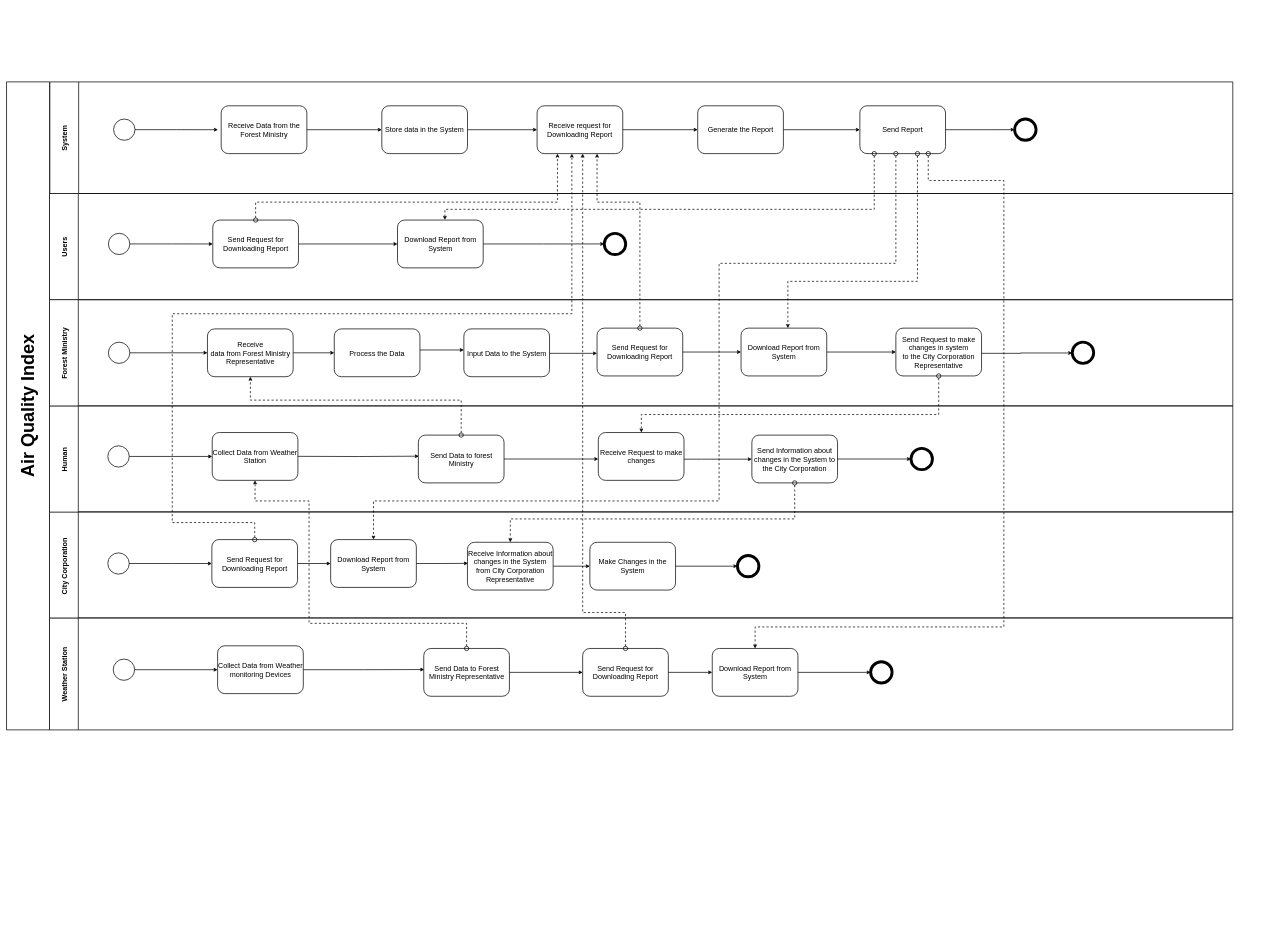
This is BPMN_To-BE.drawio from zorojuro75/CSE303-sec-03-Group-03, a draw.io file, before an edit. Source tidied: cells renumbered, new cells numbered last; positions are measured from the earlier drawing's top-left corner, leaving out a move shared by most shapes. Both pictures are drawn from the tidied source at 36%, with x=0, y=0 at pixel (6, 82).
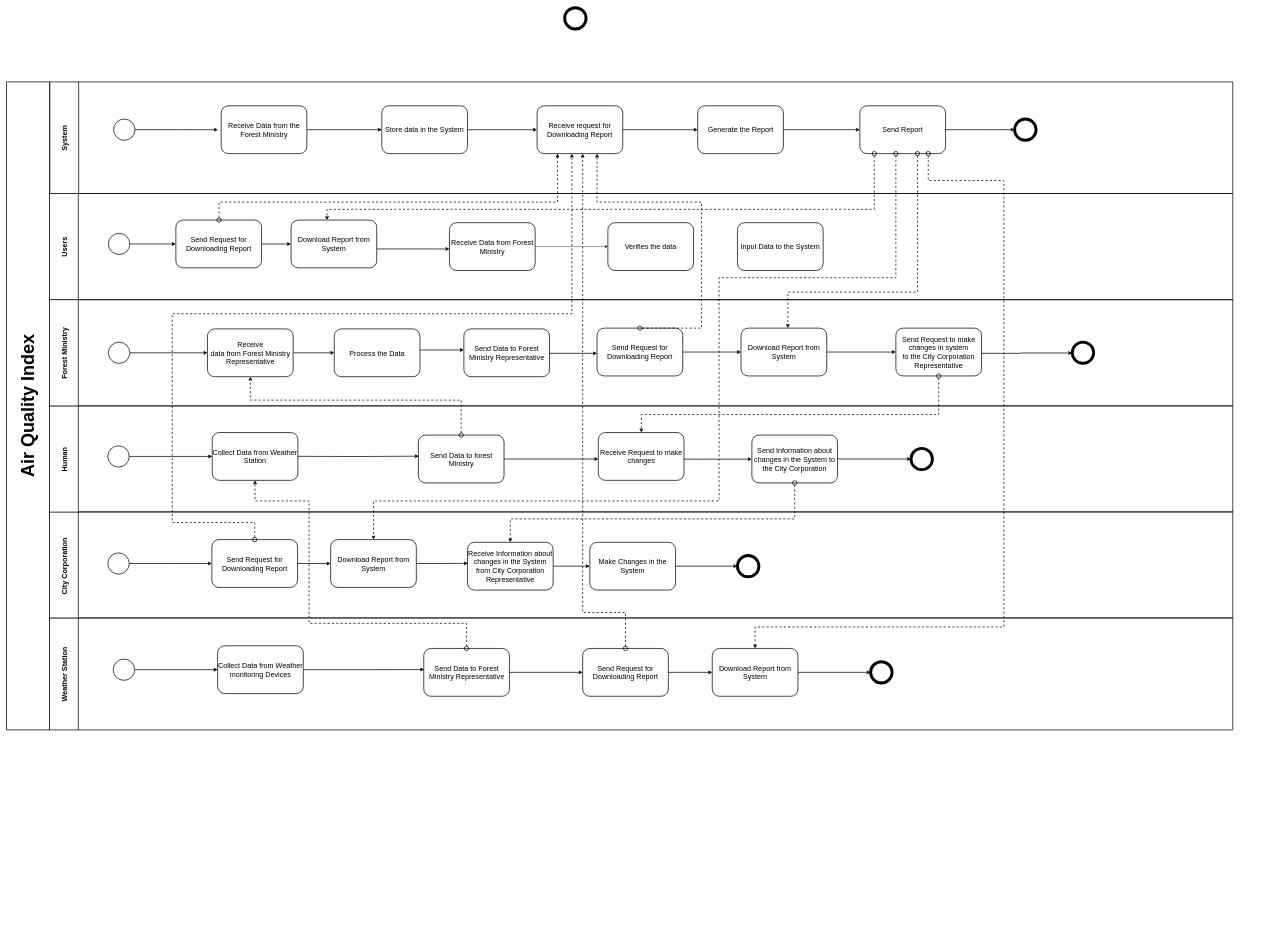
The same diagram, later.

Unchanged cells that the change refers to:
```xml
<mxCell id="2" style="group;horizontal=0;" parent="1" vertex="1">
  <mxGeometry y="10" width="3510" height="2360" as="geometry" />
</mxCell>
<mxCell id="3" value="Users" style="swimlane;horizontal=0;startSize=80;strokeWidth=2;fontSize=20;" parent="2" vertex="1">
  <mxGeometry x="119" y="300" width="3286.9" height="295" as="geometry" />
</mxCell>
<mxCell id="29" value="&lt;font style=&quot;font-size: 20px;&quot;&gt;Download Report from System&lt;/font&gt;" style="rounded=1;whiteSpace=wrap;html=1;strokeWidth=2;" parent="26" vertex="1">
  <mxGeometry x="781" y="77.4" width="238" height="132.8" as="geometry" />
</mxCell>
<mxCell id="38" value="Human" style="swimlane;horizontal=0;startSize=80;strokeWidth=2;fontSize=20;" parent="13" vertex="1">
  <mxGeometry width="3286.9" height="295" as="geometry" />
</mxCell>
<mxCell id="43" value="&lt;font style=&quot;font-size: 20px;&quot;&gt;Send Data to forest Ministry&lt;/font&gt;" style="rounded=1;whiteSpace=wrap;html=1;strokeWidth=2;" parent="38" vertex="1">
  <mxGeometry x="1024.6" y="81.1" width="238" height="132.8" as="geometry" />
</mxCell>
<mxCell id="52" value="Forest Ministry" style="swimlane;horizontal=0;startSize=80;strokeWidth=2;fontSize=20;rounded=0;swimlaneLine=1;" parent="11" vertex="1">
  <mxGeometry width="3286.9" height="295" as="geometry" />
</mxCell>
<mxCell id="57" value="&lt;font style=&quot;font-size: 20px;&quot;&gt;Process the Data&lt;/font&gt;" style="rounded=1;whiteSpace=wrap;html=1;strokeWidth=2;" parent="52" vertex="1">
  <mxGeometry x="791" y="81.1" width="238" height="132.8" as="geometry" />
</mxCell>
<mxCell id="61" value="&lt;font style=&quot;font-size: 20px;&quot;&gt;Download Report from System&lt;/font&gt;" style="rounded=1;whiteSpace=wrap;html=1;strokeWidth=2;" parent="52" vertex="1">
  <mxGeometry x="1921" y="79" width="238" height="132.8" as="geometry" />
</mxCell>
<mxCell id="62" value="&lt;font style=&quot;font-size: 20px;&quot;&gt;Send Request for Downloading Report&lt;/font&gt;" style="rounded=1;whiteSpace=wrap;html=1;strokeWidth=2;" parent="52" vertex="1">
  <mxGeometry x="1521" y="79" width="238" height="132.8" as="geometry" />
</mxCell>
<mxCell id="70" value="System" style="swimlane;horizontal=0;startSize=80;strokeWidth=2;fontSize=20;" parent="2" vertex="1">
  <mxGeometry x="120" y="-10" width="3285.9" height="310" as="geometry" />
</mxCell>
<mxCell id="72" style="strokeWidth=2;html=1;shape=mxgraph.flowchart.start_2;whiteSpace=wrap;" parent="70" vertex="1">
  <mxGeometry x="177" y="103.2" width="59.5" height="59" as="geometry" />
</mxCell>
<mxCell id="77" value="&lt;font style=&quot;font-size: 20px;&quot;&gt;Receive request for Downloading Report&lt;/font&gt;" style="rounded=1;whiteSpace=wrap;html=1;strokeWidth=2;" parent="70" vertex="1">
  <mxGeometry x="1353.4" y="66.4" width="238" height="132.8" as="geometry" />
</mxCell>
<mxCell id="82" value="&lt;span style=&quot;font-size: 20px;&quot;&gt;Send Report&lt;/span&gt;" style="rounded=1;whiteSpace=wrap;html=1;strokeWidth=2;" parent="70" vertex="1">
  <mxGeometry x="2250" y="66.4" width="238" height="132.8" as="geometry" />
</mxCell>
```

Change to the diagram source:
```diff
@@
-    <mxCell id="6" style="strokeWidth=8;html=1;shape=mxgraph.flowchart.start_2;whiteSpace=wrap;" parent="3" vertex="1">
-      <mxGeometry x="1541" y="110.6" width="59.5" height="59" as="geometry" />
-    </mxCell>
     <mxCell id="7" value="&lt;span style=&quot;font-size: 20px;&quot;&gt;Download Report from System&lt;/span&gt;" style="rounded=1;whiteSpace=wrap;html=1;strokeWidth=2;" parent="3" vertex="1">
-      <mxGeometry x="966.7" y="73.8" width="238" height="132.8" as="geometry" />
+      <mxGeometry x="671" y="73.8" width="238" height="132.8" as="geometry" />
     </mxCell>
-    <mxCell id="8" style="edgeStyle=orthogonalEdgeStyle;rounded=0;jettySize=auto;html=1;entryX=0;entryY=0.5;entryDx=0;entryDy=0;entryPerimeter=0;strokeWidth=2;" parent="3" edge="1" source="7" target="6">
-      <mxGeometry relative="1" as="geometry" />
-    </mxCell>
+    <mxCell id="93" style="edgeStyle=orthogonalEdgeStyle;rounded=0;jettySize=auto;html=1;strokeWidth=2;" parent="3" edge="1" source="7" target="95">
+      <mxGeometry relative="1" as="geometry">
+        <Array as="points">
+          <mxPoint x="1081" y="154" />
+          <mxPoint x="1081" y="154" />
+        </Array>
+      </mxGeometry>
+    </mxCell>
@@
     <mxCell id="10" value="&lt;span style=&quot;font-size: 20px;&quot;&gt;Send Request for Downloading Report&lt;/span&gt;" style="rounded=1;whiteSpace=wrap;html=1;strokeWidth=2;" parent="3" vertex="1">
-      <mxGeometry x="453.6" y="73.8" width="238" height="132.8" as="geometry" />
+      <mxGeometry x="351" y="73.8" width="238" height="132.8" as="geometry" />
     </mxCell>
+    <mxCell id="94" style="edgeStyle=orthogonalEdgeStyle;rounded=0;jettySize=auto;html=1;exitX=1;exitY=0.5;exitDx=0;exitDy=0;" parent="3" edge="1" source="95" target="96">
+      <mxGeometry relative="1" as="geometry" />
+    </mxCell>
+    <mxCell id="95" value="&lt;span style=&quot;font-size: 20px;&quot;&gt;Receive Data from Forest Ministry&lt;/span&gt;" style="rounded=1;whiteSpace=wrap;html=1;strokeWidth=2;" parent="3" vertex="1">
+      <mxGeometry x="1111" y="81.1" width="238" height="132.8" as="geometry" />
+    </mxCell>
+    <mxCell id="96" value="&lt;span style=&quot;font-size: 20px;&quot;&gt;Verifies the data&lt;/span&gt;" style="rounded=1;whiteSpace=wrap;html=1;strokeWidth=2;" parent="3" vertex="1">
+      <mxGeometry x="1551" y="81.1" width="238" height="132.8" as="geometry" />
+    </mxCell>
+    <mxCell id="54" value="&lt;span style=&quot;font-size: 20px;&quot;&gt;Input Data to the System&lt;/span&gt;" style="rounded=1;whiteSpace=wrap;html=1;strokeWidth=2;" parent="3" vertex="1">
+      <mxGeometry x="1911" y="81.1" width="238" height="132.8" as="geometry" />
+    </mxCell>
@@
-    <mxCell id="42" style="edgeStyle=orthogonalEdgeStyle;rounded=0;jettySize=auto;html=1;entryX=0.006;entryY=0.441;entryDx=0;entryDy=0;entryPerimeter=0;strokeWidth=2;" parent="38" edge="1" target="43">
-      <mxGeometry relative="1" as="geometry">
-        <mxPoint x="689.9" y="140.1" as="sourcePoint" />
-      </mxGeometry>
-    </mxCell>
+    <mxCell id="97" style="edgeStyle=orthogonalEdgeStyle;rounded=0;jettySize=auto;html=1;entryX=0.006;entryY=0.441;entryDx=0;entryDy=0;entryPerimeter=0;strokeWidth=2;" parent="38" edge="1" target="43">
+      <mxGeometry relative="1" as="geometry">
+        <mxPoint x="689.9" y="140.1" as="sourcePoint" />
+      </mxGeometry>
+    </mxCell>
@@
-    <mxCell id="54" value="&lt;font style=&quot;font-size: 20px;&quot;&gt;Input Data to the System&lt;/font&gt;" style="rounded=1;whiteSpace=wrap;html=1;strokeWidth=2;" parent="52" vertex="1">
-      <mxGeometry x="1151" y="81.1" width="238" height="132.8" as="geometry" />
-    </mxCell>
+    <mxCell id="98" value="&lt;font style=&quot;font-size: 20px;&quot;&gt;Send Data to Forest Ministry Representative&lt;/font&gt;" style="rounded=1;whiteSpace=wrap;html=1;strokeWidth=2;" parent="52" vertex="1">
+      <mxGeometry x="1151" y="81.1" width="238" height="132.8" as="geometry" />
+    </mxCell>
@@
-    <mxCell id="56" style="edgeStyle=orthogonalEdgeStyle;rounded=0;jettySize=auto;html=1;exitX=1;exitY=0.441;exitDx=0;exitDy=0;exitPerimeter=0;strokeWidth=2;" parent="52" edge="1" source="57" target="54">
-      <mxGeometry relative="1" as="geometry">
-        <Array as="points">
-          <mxPoint x="1190" y="140" />
-          <mxPoint x="1190" y="147" />
-        </Array>
-      </mxGeometry>
-    </mxCell>
+    <mxCell id="99" style="edgeStyle=orthogonalEdgeStyle;rounded=0;jettySize=auto;html=1;exitX=1;exitY=0.441;exitDx=0;exitDy=0;exitPerimeter=0;strokeWidth=2;" parent="52" edge="1" source="57" target="98">
+      <mxGeometry relative="1" as="geometry">
+        <Array as="points">
+          <mxPoint x="1190" y="140" />
+          <mxPoint x="1190" y="147" />
+        </Array>
+      </mxGeometry>
+    </mxCell>
@@
-    <mxCell id="64" style="edgeStyle=orthogonalEdgeStyle;rounded=0;jettySize=auto;html=1;strokeWidth=2;" parent="52" edge="1" source="54" target="62">
-      <mxGeometry relative="1" as="geometry">
-        <Array as="points">
-          <mxPoint x="1471" y="149" />
-          <mxPoint x="1471" y="149" />
-        </Array>
-      </mxGeometry>
-    </mxCell>
+    <mxCell id="100" style="edgeStyle=orthogonalEdgeStyle;rounded=0;jettySize=auto;html=1;strokeWidth=2;" parent="52" edge="1" source="98" target="62">
+      <mxGeometry relative="1" as="geometry">
+        <Array as="points">
+          <mxPoint x="1471" y="149" />
+          <mxPoint x="1471" y="149" />
+        </Array>
+      </mxGeometry>
+    </mxCell>
@@
-    <mxCell id="71" style="edgeStyle=orthogonalEdgeStyle;shape=connector;rounded=0;jettySize=auto;html=1;exitX=1;exitY=0.5;exitDx=0;exitDy=0;exitPerimeter=0;labelBackgroundColor=default;fontFamily=Helvetica;fontSize=11;fontColor=default;startArrow=none;startFill=0;endArrow=classic;strokeColor=default;strokeWidth=2;" parent="70" edge="1" source="72">
-      <mxGeometry relative="1" as="geometry">
-        <mxPoint x="467" y="132.8" as="targetPoint" />
-      </mxGeometry>
-    </mxCell>
+    <mxCell id="101" style="edgeStyle=orthogonalEdgeStyle;shape=connector;rounded=0;jettySize=auto;html=1;exitX=1;exitY=0.5;exitDx=0;exitDy=0;exitPerimeter=0;labelBackgroundColor=default;fontFamily=Helvetica;fontSize=11;fontColor=default;startArrow=none;startFill=0;endArrow=classic;strokeColor=default;strokeWidth=2;" parent="70" edge="1" source="72">
+      <mxGeometry relative="1" as="geometry">
+        <mxPoint x="467" y="132.8" as="targetPoint" />
+      </mxGeometry>
+    </mxCell>
@@
     <mxCell id="84" style="edgeStyle=orthogonalEdgeStyle;rounded=0;jettySize=auto;html=1;startArrow=oval;startFill=0;endArrow=classic;endFill=1;dashed=1;strokeWidth=2;jumpSize=6;startSize=12;" parent="2" edge="1" source="10" target="77">
       <mxGeometry relative="1" as="geometry">
         <Array as="points">
-          <mxPoint x="692" y="324" />
+          <mxPoint x="590" y="324" />
           <mxPoint x="1530" y="324" />
         </Array>
       </mxGeometry>
     </mxCell>
-    <mxCell id="85" style="edgeStyle=orthogonalEdgeStyle;rounded=0;jettySize=auto;html=1;entryX=0.553;entryY=-0.003;entryDx=0;entryDy=0;entryPerimeter=0;dashed=1;startArrow=oval;startFill=0;endArrow=classic;endFill=1;strokeWidth=2;startSize=12;" parent="2" edge="1" source="82" target="7">
+    <mxCell id="85" style="edgeStyle=orthogonalEdgeStyle;rounded=0;jettySize=auto;html=1;dashed=1;startArrow=oval;startFill=0;endArrow=classic;endFill=1;strokeWidth=2;startSize=12;" parent="2" edge="1" source="82" target="7">
       <mxGeometry relative="1" as="geometry">
         <Array as="points">
           <mxPoint x="2410" y="344" />
-          <mxPoint x="1217" y="344" />
+          <mxPoint x="890" y="344" />
         </Array>
       </mxGeometry>
     </mxCell>
@@
     <mxCell id="87" style="edgeStyle=orthogonalEdgeStyle;rounded=0;jettySize=auto;html=1;exitX=0.5;exitY=0;exitDx=0;exitDy=0;dashed=1;startArrow=oval;startFill=0;startSize=12;sourcePerimeterSpacing=0;strokeWidth=2;" parent="2" edge="1" source="62" target="77">
       <mxGeometry relative="1" as="geometry">
         <Array as="points">
-          <mxPoint x="1759" y="324" />
+          <mxPoint x="1930" y="674" />
+          <mxPoint x="1930" y="324" />
           <mxPoint x="1640" y="324" />
         </Array>
       </mxGeometry>
     </mxCell>
     <mxCell id="88" style="edgeStyle=orthogonalEdgeStyle;rounded=0;jettySize=auto;html=1;dashed=1;startArrow=oval;startFill=0;startSize=12;sourcePerimeterSpacing=0;strokeWidth=2;" parent="2" edge="1" source="82" target="61">
       <mxGeometry relative="1" as="geometry">
         <Array as="points">
-          <mxPoint x="2530" y="544" />
-          <mxPoint x="2170" y="544" />
+          <mxPoint x="2530" y="574" />
+          <mxPoint x="2170" y="574" />
         </Array>
       </mxGeometry>
     </mxCell>
@@
     <mxCell id="90" style="edgeStyle=orthogonalEdgeStyle;rounded=0;jettySize=auto;html=1;dashed=1;startArrow=oval;startFill=0;startSize=12;sourcePerimeterSpacing=0;strokeWidth=2;" parent="2" edge="1" source="82" target="29">
       <mxGeometry relative="1" as="geometry">
         <Array as="points">
-          <mxPoint x="2470" y="494" />
-          <mxPoint x="1979" y="494" />
+          <mxPoint x="2470" y="534" />
+          <mxPoint x="1979" y="534" />
           <mxPoint x="1979" y="1154" />
           <mxPoint x="1019" y="1154" />
         </Array>
       </mxGeometry>
     </mxCell>
@@
+    <mxCell id="102" style="strokeWidth=8;html=1;shape=mxgraph.flowchart.start_2;whiteSpace=wrap;" parent="1" vertex="1">
+      <mxGeometry x="1550" y="-206" width="59.5" height="59" as="geometry" />
+    </mxCell>
```
